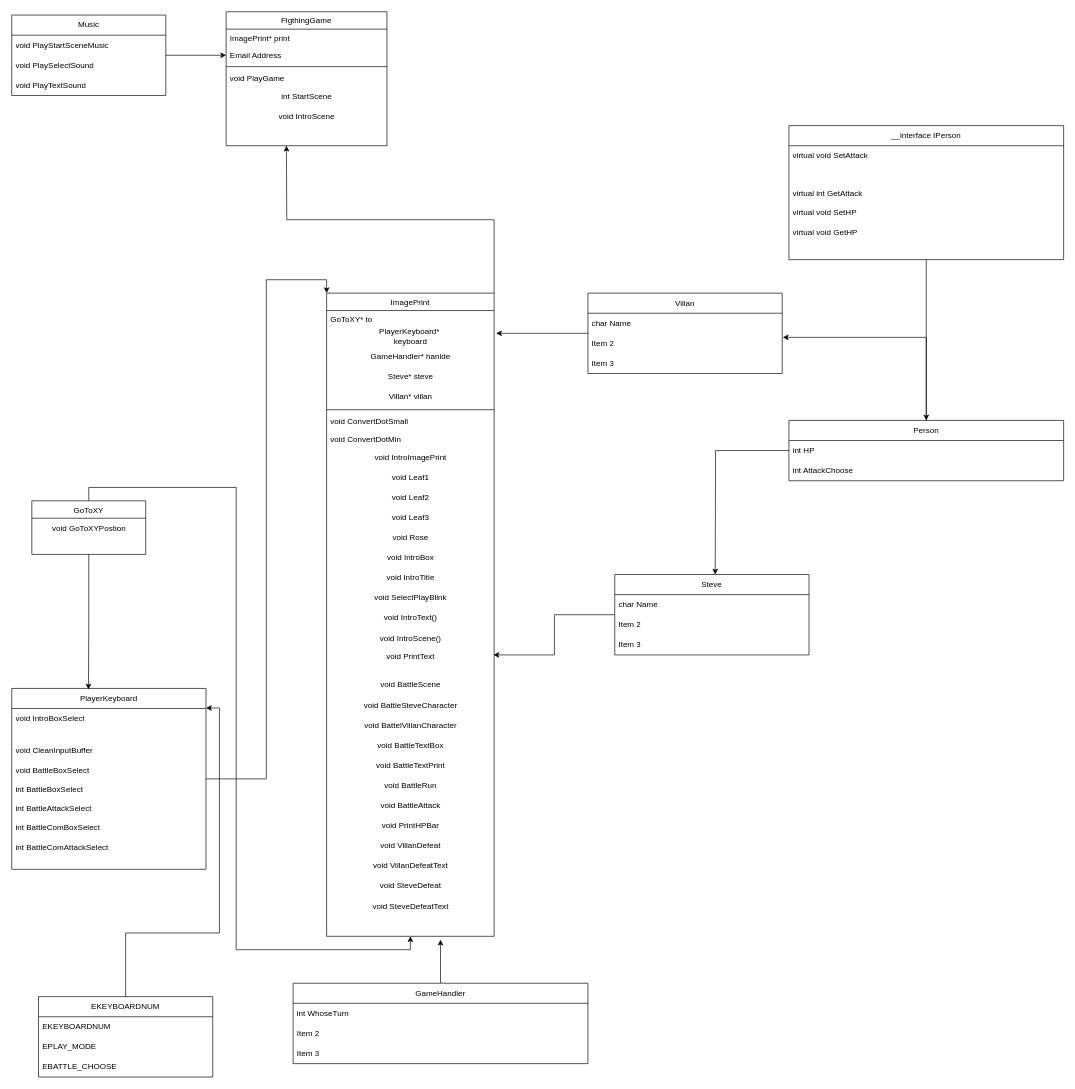
OGYWORLD/KE_BattleHW keeps this draw.io diagram as UML Diagram/MioFratello.drawio. Above is the earlier version. Source tidied: cells renumbered, new cells numbered last; positions are measured from the earlier drawing's top-left corner, leaving out a move shared by most shapes. Both pictures are drawn from the tidied source at 67%, with x=0, y=0 at pixel (11, 11).
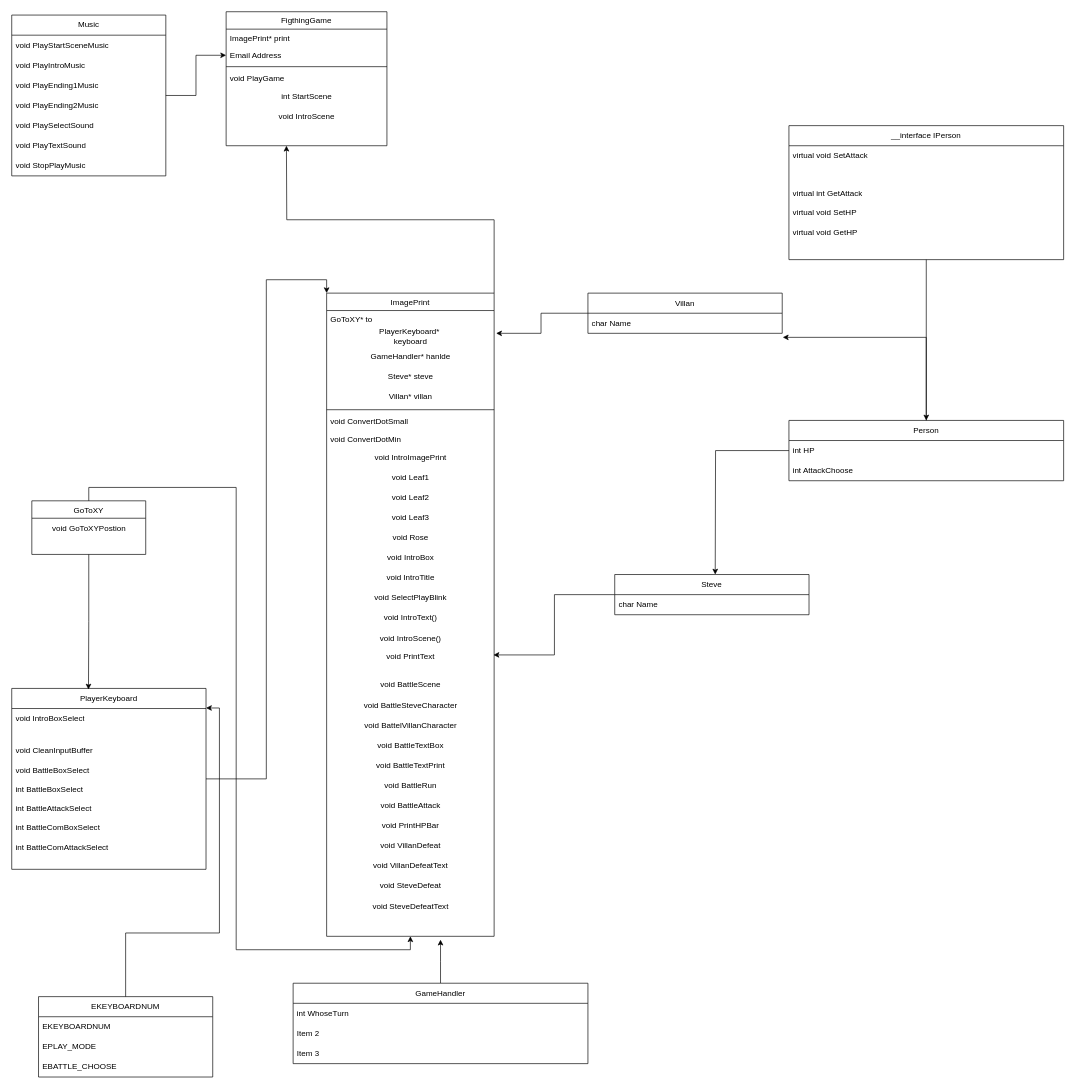
The same diagram, later.

The edit, as a diff of the source:
```diff
@@
     <mxCell id="68" value="Steve" style="swimlane;fontStyle=0;horizontal=1;startSize=30;whiteSpace=wrap;html=1;" parent="1" vertex="1">
-      <mxGeometry x="900" y="840" width="290" height="120" as="geometry" />
+      <mxGeometry x="900" y="840" width="290" height="60" as="geometry" />
     </mxCell>
@@
-    <mxCell id="70" value="Item 2" style="text;strokeColor=none;fillColor=none;align=left;verticalAlign=middle;spacingLeft=4;spacingRight=4;overflow=hidden;whiteSpace=wrap;html=1;" parent="68" vertex="1">
-      <mxGeometry y="60" width="290" height="30" as="geometry" />
-    </mxCell>
-    <mxCell id="71" value="Item 3" style="text;strokeColor=none;fillColor=none;align=left;verticalAlign=middle;spacingLeft=4;spacingRight=4;overflow=hidden;whiteSpace=wrap;html=1;" parent="68" vertex="1">
-      <mxGeometry y="90" width="290" height="30" as="geometry" />
-    </mxCell>
     <mxCell id="72" value="Villan" style="swimlane;fontStyle=0;horizontal=1;startSize=30;whiteSpace=wrap;html=1;" parent="1" vertex="1">
-      <mxGeometry x="860" y="420" width="290" height="120" as="geometry" />
+      <mxGeometry x="860" y="420" width="290" height="60" as="geometry" />
     </mxCell>
@@
-    <mxCell id="74" value="Item 2" style="text;strokeColor=none;fillColor=none;align=left;verticalAlign=middle;spacingLeft=4;spacingRight=4;overflow=hidden;whiteSpace=wrap;html=1;" parent="72" vertex="1">
-      <mxGeometry y="60" width="290" height="30" as="geometry" />
-    </mxCell>
-    <mxCell id="75" value="Item 3" style="text;strokeColor=none;fillColor=none;align=left;verticalAlign=middle;spacingLeft=4;spacingRight=4;overflow=hidden;whiteSpace=wrap;html=1;" parent="72" vertex="1">
-      <mxGeometry y="90" width="290" height="30" as="geometry" />
-    </mxCell>
@@
     <mxCell id="80" value="Music" style="swimlane;fontStyle=0;horizontal=1;startSize=30;whiteSpace=wrap;html=1;" parent="1" vertex="1">
-      <mxGeometry y="5" width="230" height="120" as="geometry" />
+      <mxGeometry y="5" width="230" height="240" as="geometry" />
     </mxCell>
@@
+    <mxCell id="84" value="void PlayIntroMusic" style="text;strokeColor=none;fillColor=none;align=left;verticalAlign=middle;spacingLeft=4;spacingRight=4;overflow=hidden;whiteSpace=wrap;html=1;" parent="80" vertex="1">
+      <mxGeometry y="60" width="230" height="30" as="geometry" />
+    </mxCell>
+    <mxCell id="85" value="void PlayEnding1Music" style="text;strokeColor=none;fillColor=none;align=left;verticalAlign=middle;spacingLeft=4;spacingRight=4;overflow=hidden;whiteSpace=wrap;html=1;" parent="80" vertex="1">
+      <mxGeometry y="90" width="230" height="30" as="geometry" />
+    </mxCell>
+    <mxCell id="86" value="void PlayEnding2Music" style="text;strokeColor=none;fillColor=none;align=left;verticalAlign=middle;spacingLeft=4;spacingRight=4;overflow=hidden;whiteSpace=wrap;html=1;" parent="80" vertex="1">
+      <mxGeometry y="120" width="230" height="30" as="geometry" />
+    </mxCell>
     <mxCell id="82" value="void PlaySelectSound" style="text;strokeColor=none;fillColor=none;align=left;verticalAlign=middle;spacingLeft=4;spacingRight=4;overflow=hidden;whiteSpace=wrap;html=1;" parent="80" vertex="1">
-      <mxGeometry y="60" width="230" height="30" as="geometry" />
+      <mxGeometry y="150" width="230" height="30" as="geometry" />
     </mxCell>
     <mxCell id="83" value="void PlayTextSound" style="text;strokeColor=none;fillColor=none;align=left;verticalAlign=middle;spacingLeft=4;spacingRight=4;overflow=hidden;whiteSpace=wrap;html=1;" parent="80" vertex="1">
-      <mxGeometry y="90" width="230" height="30" as="geometry" />
+      <mxGeometry y="180" width="230" height="30" as="geometry" />
     </mxCell>
+    <mxCell id="87" value="void StopPlayMusic" style="text;strokeColor=none;fillColor=none;align=left;verticalAlign=middle;spacingLeft=4;spacingRight=4;overflow=hidden;whiteSpace=wrap;html=1;" parent="80" vertex="1">
+      <mxGeometry y="210" width="230" height="30" as="geometry" />
+    </mxCell>
```
